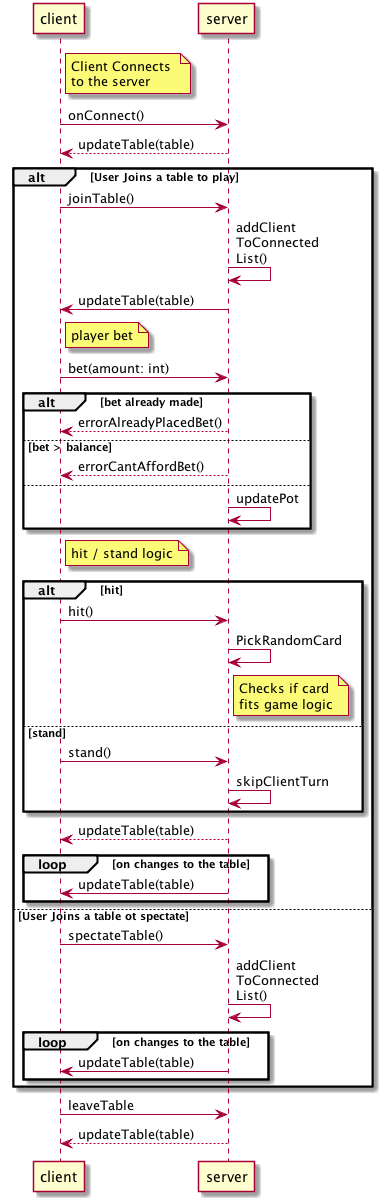
Earlier version of the PlantUML export Documentation/sequence.png (icefire1/hazardhulen.io).
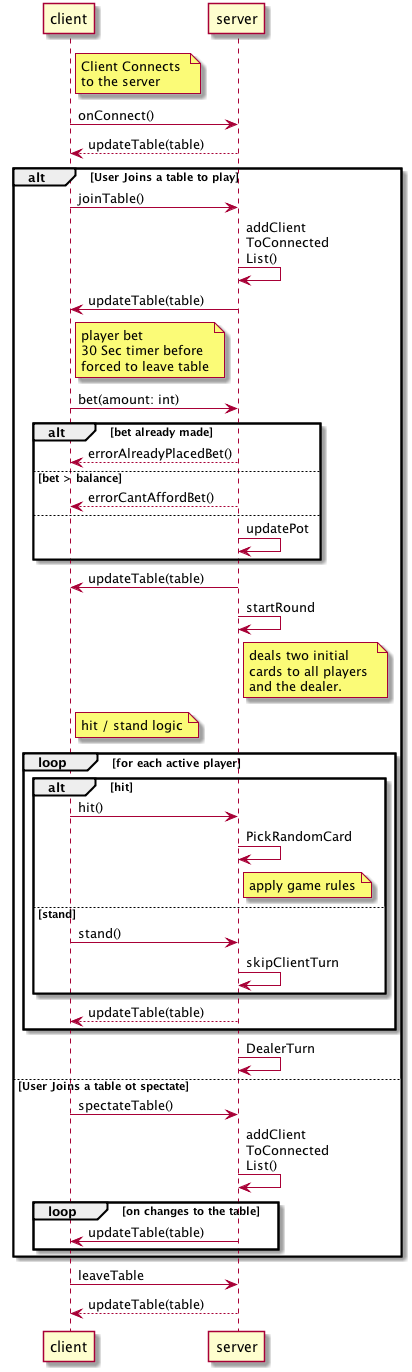
Above is the later version.

What changed in the source:
```diff
@@ -11,7 +11,7 @@
 s -> s: addClient\nToConnected\nList()
 s -> c: updateTable(table)
 
-note right of c: player bet
+note right of c: player bet\n30 Sec timer before \nforced to leave table
 c -> s: bet(amount: int)
 alt bet already made
 s --> c: errorAlreadyPlacedBet()
@@ -20,21 +20,25 @@
 else
 s -> s: updatePot
 end
+s -> c: updateTable(table)
+
+s -> s: startRound
+note right of s: deals two initial \ncards to all players \nand the dealer.
 
 note right of c: hit / stand logic
+loop for each active player
 alt hit
 c -> s: hit()
 s -> s: PickRandomCard
-note right of s: Checks if card \nfits game logic
+note right of s: apply game rules
 else stand
 c -> s: stand()
 s -> s: skipClientTurn
 end
 s --> c: updateTable(table)
+end
 
-loop on changes to the table
-s -> c: updateTable(table)
-end
+s -> s: DealerTurn
 
 else User Joins a table ot spectate
 c -> s: spectateTable()
```
